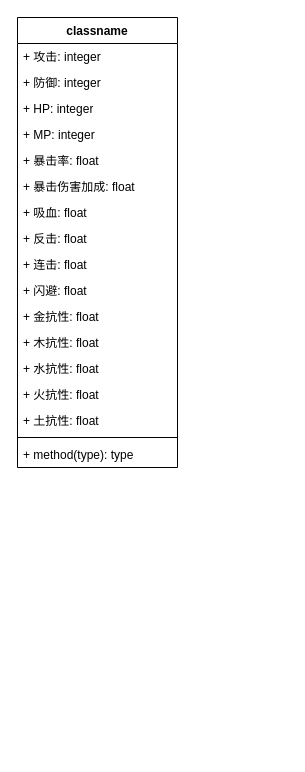
This is page "Page-2" (2 of 2) of Drawio/class-diagram.drawio from lvxingzhe32/IDLE-Game, a draw.io file, before an edit. Source tidied: cells renumbered, new cells numbered last; positions are measured from the earlier drawing's top-left corner, leaving out a move shared by most shapes. Both pictures are drawn from the tidied source at 100%, with x=0, y=0 at pixel (17, 17).
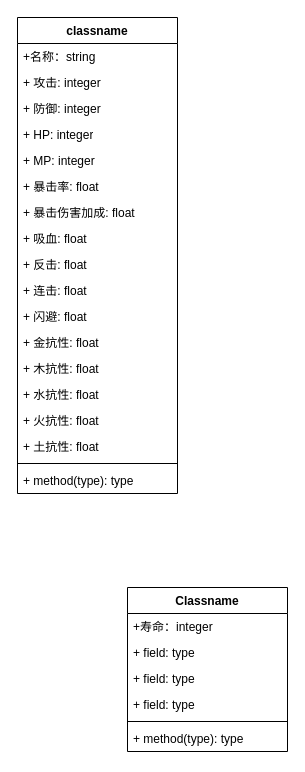
The same page after the edit.

The edit, as a diff of the source:
```diff
@@
     <mxCell id="2" value="classname" style="swimlane;fontStyle=1;align=center;verticalAlign=top;horizontal=1;startSize=26;whiteSpace=wrap;html=1;" parent="1" vertex="1">
-      <mxGeometry width="160" height="450" as="geometry" />
+      <mxGeometry width="160" height="476" as="geometry" />
     </mxCell>
+    <mxCell id="20" value="+名称：string" style="text;strokeColor=none;fillColor=none;align=left;verticalAlign=top;spacingLeft=4;spacingRight=4;overflow=hidden;whiteSpace=wrap;html=1;" parent="2" vertex="1">
+      <mxGeometry y="26" width="160" height="26" as="geometry" />
+    </mxCell>
     <mxCell id="3" value="+ 攻击: integer" style="text;strokeColor=none;fillColor=none;align=left;verticalAlign=top;spacingLeft=4;spacingRight=4;overflow=hidden;whiteSpace=wrap;html=1;" parent="2" vertex="1">
-      <mxGeometry y="26" width="160" height="26" as="geometry" />
+      <mxGeometry y="52" width="160" height="26" as="geometry" />
     </mxCell>
     <mxCell id="4" value="+ 防御: integer" style="text;strokeColor=none;fillColor=none;align=left;verticalAlign=top;spacingLeft=4;spacingRight=4;overflow=hidden;whiteSpace=wrap;html=1;" parent="2" vertex="1">
-      <mxGeometry y="52" width="160" height="26" as="geometry" />
+      <mxGeometry y="78" width="160" height="26" as="geometry" />
     </mxCell>
     <mxCell id="5" value="+ HP: integer" style="text;strokeColor=none;fillColor=none;align=left;verticalAlign=top;spacingLeft=4;spacingRight=4;overflow=hidden;whiteSpace=wrap;html=1;" parent="2" vertex="1">
-      <mxGeometry y="78" width="160" height="26" as="geometry" />
+      <mxGeometry y="104" width="160" height="26" as="geometry" />
     </mxCell>
     <mxCell id="6" value="+ MP: integer" style="text;strokeColor=none;fillColor=none;align=left;verticalAlign=top;spacingLeft=4;spacingRight=4;overflow=hidden;whiteSpace=wrap;html=1;" parent="2" vertex="1">
-      <mxGeometry y="104" width="160" height="26" as="geometry" />
+      <mxGeometry y="130" width="160" height="26" as="geometry" />
     </mxCell>
     <mxCell id="7" value="+ 暴击率: float" style="text;strokeColor=none;fillColor=none;align=left;verticalAlign=top;spacingLeft=4;spacingRight=4;overflow=hidden;whiteSpace=wrap;html=1;" parent="2" vertex="1">
-      <mxGeometry y="130" width="160" height="26" as="geometry" />
+      <mxGeometry y="156" width="160" height="26" as="geometry" />
     </mxCell>
     <mxCell id="8" value="+ 暴击伤害加成: float" style="text;strokeColor=none;fillColor=none;align=left;verticalAlign=top;spacingLeft=4;spacingRight=4;overflow=hidden;whiteSpace=wrap;html=1;" parent="2" vertex="1">
-      <mxGeometry y="156" width="160" height="26" as="geometry" />
+      <mxGeometry y="182" width="160" height="26" as="geometry" />
     </mxCell>
     <mxCell id="9" value="+ 吸血: float" style="text;strokeColor=none;fillColor=none;align=left;verticalAlign=top;spacingLeft=4;spacingRight=4;overflow=hidden;whiteSpace=wrap;html=1;" parent="2" vertex="1">
-      <mxGeometry y="182" width="160" height="26" as="geometry" />
+      <mxGeometry y="208" width="160" height="26" as="geometry" />
     </mxCell>
     <mxCell id="10" value="+ 反击: float" style="text;strokeColor=none;fillColor=none;align=left;verticalAlign=top;spacingLeft=4;spacingRight=4;overflow=hidden;whiteSpace=wrap;html=1;" parent="2" vertex="1">
-      <mxGeometry y="208" width="160" height="26" as="geometry" />
+      <mxGeometry y="234" width="160" height="26" as="geometry" />
     </mxCell>
     <mxCell id="11" value="+ 连击: float" style="text;strokeColor=none;fillColor=none;align=left;verticalAlign=top;spacingLeft=4;spacingRight=4;overflow=hidden;whiteSpace=wrap;html=1;" parent="2" vertex="1">
-      <mxGeometry y="234" width="160" height="26" as="geometry" />
+      <mxGeometry y="260" width="160" height="26" as="geometry" />
     </mxCell>
     <mxCell id="12" value="+ 闪避: float" style="text;strokeColor=none;fillColor=none;align=left;verticalAlign=top;spacingLeft=4;spacingRight=4;overflow=hidden;whiteSpace=wrap;html=1;" parent="2" vertex="1">
-      <mxGeometry y="260" width="160" height="26" as="geometry" />
+      <mxGeometry y="286" width="160" height="26" as="geometry" />
     </mxCell>
     <mxCell id="13" value="+ 金抗性: float" style="text;strokeColor=none;fillColor=none;align=left;verticalAlign=top;spacingLeft=4;spacingRight=4;overflow=hidden;whiteSpace=wrap;html=1;" parent="2" vertex="1">
-      <mxGeometry y="286" width="160" height="26" as="geometry" />
+      <mxGeometry y="312" width="160" height="26" as="geometry" />
     </mxCell>
     <mxCell id="14" value="+ 木抗性: float" style="text;strokeColor=none;fillColor=none;align=left;verticalAlign=top;spacingLeft=4;spacingRight=4;overflow=hidden;whiteSpace=wrap;html=1;" parent="2" vertex="1">
-      <mxGeometry y="312" width="160" height="26" as="geometry" />
+      <mxGeometry y="338" width="160" height="26" as="geometry" />
     </mxCell>
     <mxCell id="15" value="+ 水抗性: float" style="text;strokeColor=none;fillColor=none;align=left;verticalAlign=top;spacingLeft=4;spacingRight=4;overflow=hidden;whiteSpace=wrap;html=1;" parent="2" vertex="1">
-      <mxGeometry y="338" width="160" height="26" as="geometry" />
+      <mxGeometry y="364" width="160" height="26" as="geometry" />
     </mxCell>
     <mxCell id="16" value="+ 火抗性: float" style="text;strokeColor=none;fillColor=none;align=left;verticalAlign=top;spacingLeft=4;spacingRight=4;overflow=hidden;whiteSpace=wrap;html=1;" parent="2" vertex="1">
-      <mxGeometry y="364" width="160" height="26" as="geometry" />
+      <mxGeometry y="390" width="160" height="26" as="geometry" />
     </mxCell>
     <mxCell id="17" value="+ 土抗性: float" style="text;strokeColor=none;fillColor=none;align=left;verticalAlign=top;spacingLeft=4;spacingRight=4;overflow=hidden;whiteSpace=wrap;html=1;" parent="2" vertex="1">
-      <mxGeometry y="390" width="160" height="26" as="geometry" />
+      <mxGeometry y="416" width="160" height="26" as="geometry" />
     </mxCell>
     <mxCell id="18" style="line;strokeWidth=1;fillColor=none;align=left;verticalAlign=middle;spacingTop=-1;spacingLeft=3;spacingRight=3;labelPosition=right;strokeColor=inherit;" parent="2" vertex="1">
-      <mxGeometry y="416" width="160" height="8" as="geometry" />
+      <mxGeometry y="442" width="160" height="8" as="geometry" />
     </mxCell>
     <mxCell id="19" value="+ method(type): type" style="text;strokeColor=none;fillColor=none;align=left;verticalAlign=top;spacingLeft=4;spacingRight=4;overflow=hidden;whiteSpace=wrap;html=1;" parent="2" vertex="1">
-      <mxGeometry y="424" width="160" height="26" as="geometry" />
+      <mxGeometry y="450" width="160" height="26" as="geometry" />
     </mxCell>
+    <mxCell id="21" value="Classname" style="swimlane;fontStyle=1;align=center;verticalAlign=top;horizontal=1;startSize=26;whiteSpace=wrap;html=1;" parent="1" vertex="1">
+      <mxGeometry x="110" y="570" width="160" height="164" as="geometry" />
+    </mxCell>
+    <mxCell id="22" value="+寿命：integer" style="text;strokeColor=none;fillColor=none;align=left;verticalAlign=top;spacingLeft=4;spacingRight=4;overflow=hidden;whiteSpace=wrap;html=1;" parent="21" vertex="1">
+      <mxGeometry y="26" width="160" height="26" as="geometry" />
+    </mxCell>
+    <mxCell id="23" value="+ field: type" style="text;strokeColor=none;fillColor=none;align=left;verticalAlign=top;spacingLeft=4;spacingRight=4;overflow=hidden;whiteSpace=wrap;html=1;" parent="21" vertex="1">
+      <mxGeometry y="52" width="160" height="26" as="geometry" />
+    </mxCell>
+    <mxCell id="24" value="+ field: type" style="text;strokeColor=none;fillColor=none;align=left;verticalAlign=top;spacingLeft=4;spacingRight=4;overflow=hidden;whiteSpace=wrap;html=1;" parent="21" vertex="1">
+      <mxGeometry y="78" width="160" height="26" as="geometry" />
+    </mxCell>
+    <mxCell id="25" value="+ field: type" style="text;strokeColor=none;fillColor=none;align=left;verticalAlign=top;spacingLeft=4;spacingRight=4;overflow=hidden;whiteSpace=wrap;html=1;" parent="21" vertex="1">
+      <mxGeometry y="104" width="160" height="26" as="geometry" />
+    </mxCell>
+    <mxCell id="26" style="line;strokeWidth=1;fillColor=none;align=left;verticalAlign=middle;spacingTop=-1;spacingLeft=3;spacingRight=3;labelPosition=right;strokeColor=inherit;" parent="21" vertex="1">
+      <mxGeometry y="130" width="160" height="8" as="geometry" />
+    </mxCell>
+    <mxCell id="27" value="+ method(type): type" style="text;strokeColor=none;fillColor=none;align=left;verticalAlign=top;spacingLeft=4;spacingRight=4;overflow=hidden;whiteSpace=wrap;html=1;" parent="21" vertex="1">
+      <mxGeometry y="138" width="160" height="26" as="geometry" />
+    </mxCell>
```
